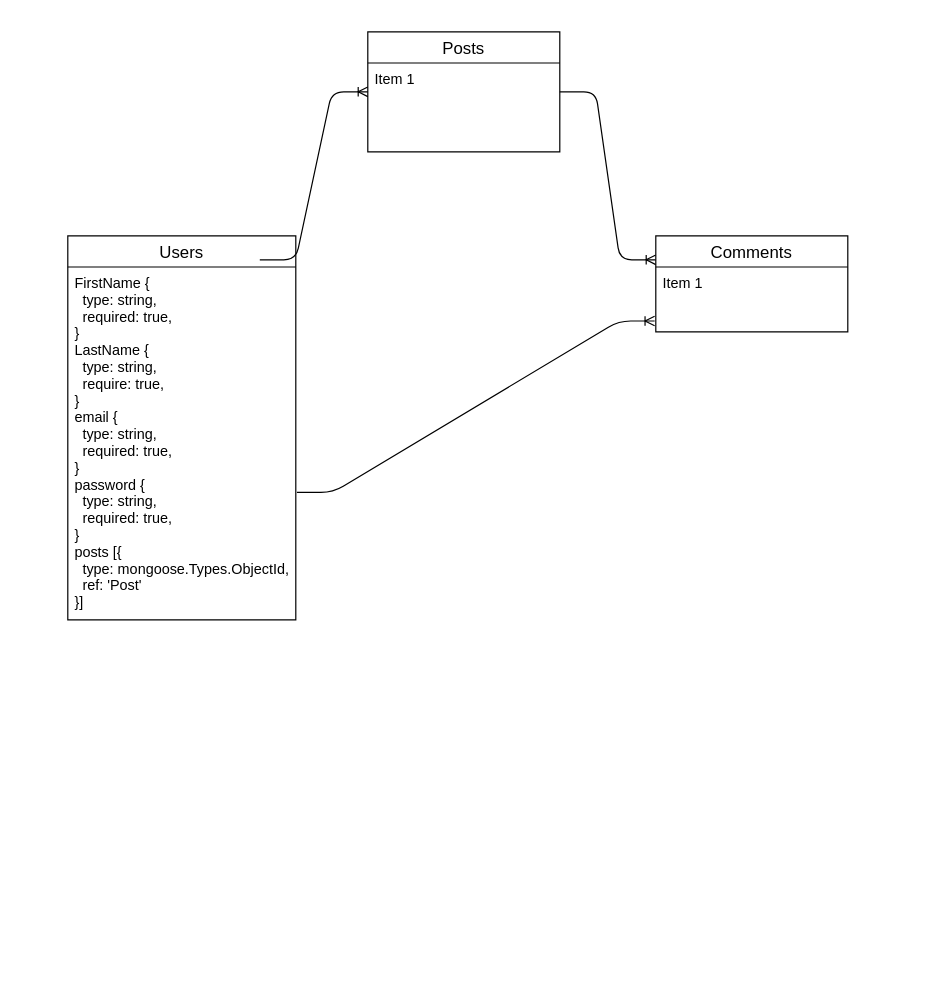
sepaivaluna/pic-less.github.io keeps this draw.io diagram as text.drawio. Above is the earlier version. Source tidied: cells renumbered, new cells numbered last; positions are measured from the earlier drawing's top-left corner, leaving out a move shared by most shapes. Both pictures are drawn from the tidied source at 120%, with x=0, y=0 at pixel (67, 31).
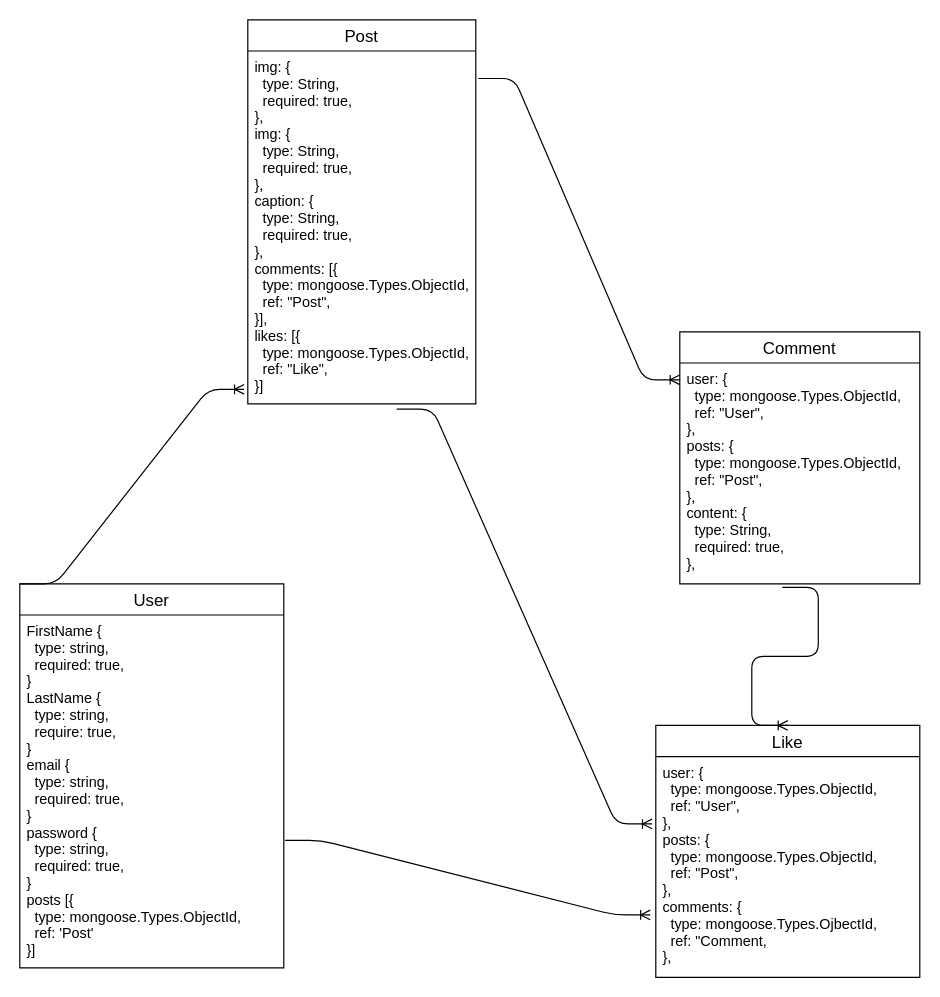
The same diagram, later.

What changed in the source:
```diff
@@
 <mxGraphModel>
   <root>
     <mxCell id="0" />
     <mxCell id="1" parent="0" />
-    <mxCell id="2" value="Users" style="swimlane;fontStyle=0;horizontal=1;startSize=26;align=center;fontSize=14;" parent="1" vertex="1">
-      <mxGeometry y="170" width="190" height="320" as="geometry" />
+    <mxCell id="2" value="User" style="swimlane;fontStyle=0;horizontal=1;startSize=26;align=center;fontSize=14;" parent="1" vertex="1">
+      <mxGeometry x="-40" y="460" width="220" height="320" as="geometry" />
     </mxCell>
     <mxCell id="3" value="FirstName {&#10;  type: string,&#10;  required: true,&#10;}&#10;LastName {&#10;  type: string,&#10;  require: true,&#10;}&#10;email {&#10;  type: string,&#10;  required: true,&#10;}&#10;password {&#10;  type: string,&#10;  required: true,&#10;}&#10;posts [{&#10;  type: mongoose.Types.ObjectId,&#10;  ref: 'Post'&#10;}]&#10;" style="text;strokeColor=none;fillColor=none;spacingLeft=4;spacingRight=4;overflow=hidden;points=[[0,0.5],[1,0.5]];portConstraint=eastwest;fontSize=12;" parent="2" vertex="1">
-      <mxGeometry y="26" width="190" height="294" as="geometry" />
+      <mxGeometry y="26" width="220" height="294" as="geometry" />
     </mxCell>
-    <mxCell id="4" style="edgeStyle=entityRelationEdgeStyle;fontSize=12;html=1;endArrow=ERoneToMany;" parent="1" edge="1">
-      <mxGeometry relative="1" as="geometry">
-        <mxPoint x="160" y="190" as="sourcePoint" />
-        <mxPoint x="250" y="50" as="targetPoint" />
-      </mxGeometry>
+    <mxCell id="4" style="edgeStyle=entityRelationEdgeStyle;fontSize=12;html=1;endArrow=ERoneToMany;exitX=0;exitY=0;exitDx=0;exitDy=0;entryX=-0.016;entryY=0.959;entryDx=0;entryDy=0;entryPerimeter=0;" parent="1" edge="1" source="2" target="6">
+      <mxGeometry relative="1" as="geometry" />
     </mxCell>
-    <mxCell id="5" value="Posts" style="swimlane;fontStyle=0;horizontal=1;startSize=26;align=center;fontSize=14;" parent="1" vertex="1">
-      <mxGeometry x="250" width="160" height="100" as="geometry" />
+    <mxCell id="5" value="Post" style="swimlane;fontStyle=0;horizontal=1;startSize=26;align=center;fontSize=14;" parent="1" vertex="1">
+      <mxGeometry x="150" y="-10" width="190" height="320" as="geometry" />
     </mxCell>
-    <mxCell id="6" value="Item 1" style="text;strokeColor=none;fillColor=none;spacingLeft=4;spacingRight=4;overflow=hidden;points=[[0,0.5],[1,0.5]];portConstraint=eastwest;fontSize=12;" parent="5" vertex="1">
-      <mxGeometry y="26" width="160" height="74" as="geometry" />
+    <mxCell id="6" value="img: {&#10;  type: String,&#10;  required: true,&#10;},&#10;img: {&#10;  type: String,&#10;  required: true,&#10;},&#10;caption: {&#10;  type: String,&#10;  required: true,&#10;},&#10;comments: [{&#10;  type: mongoose.Types.ObjectId,&#10;  ref: &quot;Post&quot;,&#10;}],&#10;likes: [{&#10;  type: mongoose.Types.ObjectId,&#10;  ref: &quot;Like&quot;,&#10;}]&#10;" style="text;strokeColor=none;fillColor=none;spacingLeft=4;spacingRight=4;overflow=hidden;points=[[0,0.5],[1,0.5]];portConstraint=eastwest;fontSize=12;" parent="5" vertex="1">
+      <mxGeometry y="26" width="190" height="294" as="geometry" />
     </mxCell>
-    <mxCell id="7" style="edgeStyle=entityRelationEdgeStyle;fontSize=12;html=1;endArrow=ERoneToMany;" parent="1" edge="1">
+    <mxCell id="7" style="edgeStyle=entityRelationEdgeStyle;fontSize=12;html=1;endArrow=ERoneToMany;exitX=1.011;exitY=0.078;exitDx=0;exitDy=0;exitPerimeter=0;" parent="1" edge="1" source="6">
       <mxGeometry relative="1" as="geometry">
-        <mxPoint x="410" y="50" as="sourcePoint" />
-        <mxPoint x="490" y="190" as="targetPoint" />
+        <mxPoint x="510" y="290" as="targetPoint" />
       </mxGeometry>
     </mxCell>
-    <mxCell id="8" value="Comments" style="swimlane;fontStyle=0;horizontal=1;startSize=26;align=center;fontSize=14;" parent="1" vertex="1">
-      <mxGeometry x="490" y="170" width="160" height="80" as="geometry" />
-    </mxCell>
-    <mxCell id="9" value="Item 1" style="text;strokeColor=none;fillColor=none;spacingLeft=4;spacingRight=4;overflow=hidden;points=[[0,0.5],[1,0.5]];portConstraint=eastwest;fontSize=12;" parent="8" vertex="1">
-      <mxGeometry y="26" width="160" height="54" as="geometry" />
-    </mxCell>
-    <mxCell id="10" style="edgeStyle=entityRelationEdgeStyle;fontSize=12;html=1;endArrow=ERoneToMany;entryX=-0.006;entryY=0.833;entryDx=0;entryDy=0;entryPerimeter=0;exitX=1.005;exitY=0.639;exitDx=0;exitDy=0;exitPerimeter=0;" parent="1" edge="1" source="3" target="9">
+    <mxCell id="10" style="edgeStyle=entityRelationEdgeStyle;fontSize=12;html=1;endArrow=ERoneToMany;exitX=1.005;exitY=0.639;exitDx=0;exitDy=0;exitPerimeter=0;entryX=-0.021;entryY=0.717;entryDx=0;entryDy=0;entryPerimeter=0;" parent="1" edge="1" source="3" target="14">
       <mxGeometry relative="1" as="geometry" />
     </mxCell>
+    <mxCell id="11" value="Comment" style="swimlane;fontStyle=0;horizontal=1;startSize=26;align=center;fontSize=14;" parent="1" vertex="1">
+      <mxGeometry x="510" y="250" width="200" height="210" as="geometry" />
+    </mxCell>
+    <mxCell id="12" value="user: {&#10;  type: mongoose.Types.ObjectId,&#10;  ref: &quot;User&quot;,&#10;},&#10;posts: {&#10;  type: mongoose.Types.ObjectId,&#10;  ref: &quot;Post&quot;,&#10;},&#10;content: {&#10;  type: String,&#10;  required: true,&#10;}," style="text;strokeColor=none;fillColor=none;spacingLeft=4;spacingRight=4;overflow=hidden;points=[[0,0.5],[1,0.5]];portConstraint=eastwest;fontSize=12;" parent="11" vertex="1">
+      <mxGeometry y="26" width="200" height="184" as="geometry" />
+    </mxCell>
+    <mxCell id="13" value="Like" style="swimlane;fontStyle=0;horizontal=1;startSize=26;align=center;fontSize=14;" parent="1" vertex="1">
+      <mxGeometry x="490" y="578" width="220" height="210" as="geometry" />
+    </mxCell>
+    <mxCell id="14" value="user: {&#10;  type: mongoose.Types.ObjectId,&#10;  ref: &quot;User&quot;,&#10;},&#10;posts: {&#10;  type: mongoose.Types.ObjectId,&#10;  ref: &quot;Post&quot;,&#10;},&#10;comments: {&#10;  type: mongoose.Types.OjbectId,&#10;  ref: &quot;Comment,&#10;},&#10;" style="text;strokeColor=none;fillColor=none;spacingLeft=4;spacingRight=4;overflow=hidden;points=[[0,0.5],[1,0.5]];portConstraint=eastwest;fontSize=12;" parent="13" vertex="1">
+      <mxGeometry y="26" width="220" height="184" as="geometry" />
+    </mxCell>
+    <mxCell id="15" style="edgeStyle=entityRelationEdgeStyle;fontSize=12;html=1;endArrow=ERoneToMany;exitX=0.653;exitY=1.015;exitDx=0;exitDy=0;exitPerimeter=0;entryX=-0.014;entryY=0.305;entryDx=0;entryDy=0;entryPerimeter=0;" parent="1" edge="1" source="6" target="14">
+      <mxGeometry relative="1" as="geometry" />
+    </mxCell>
+    <mxCell id="16" style="edgeStyle=entityRelationEdgeStyle;fontSize=12;html=1;endArrow=ERoneToMany;exitX=0.427;exitY=1.016;exitDx=0;exitDy=0;exitPerimeter=0;entryX=0.5;entryY=0;entryDx=0;entryDy=0;" parent="1" edge="1" source="12" target="13">
+      <mxGeometry relative="1" as="geometry" />
+    </mxCell>
   </root>
 </mxGraphModel>
```
